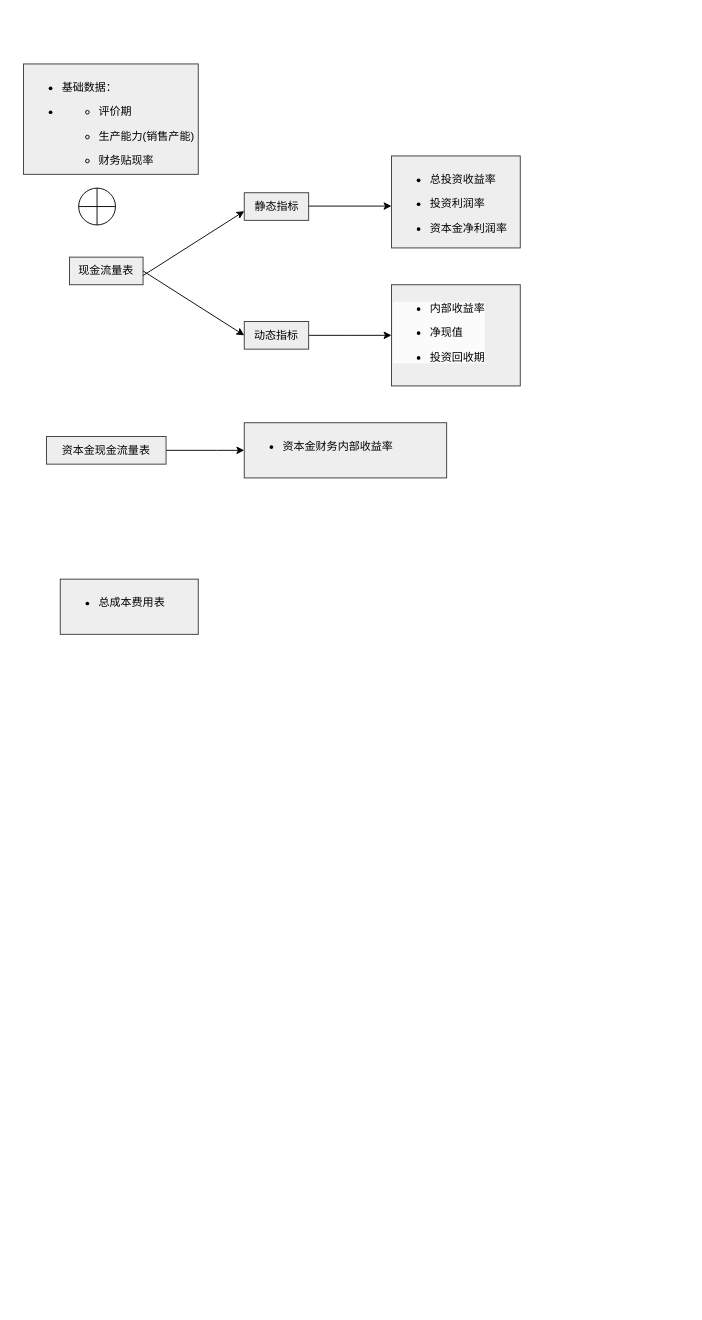
This is page "Page-1" (1 of 2) of Untitled Diagram.drawio from Yatttin/attention-nmt, a draw.io file, before an edit. Source tidied: cells renumbered, new cells numbered last; positions are measured from the earlier drawing's top-left corner, leaving out a move shared by most shapes. Both pictures are drawn from the tidied source at 92%, with x=0, y=0 at pixel (23, 63).
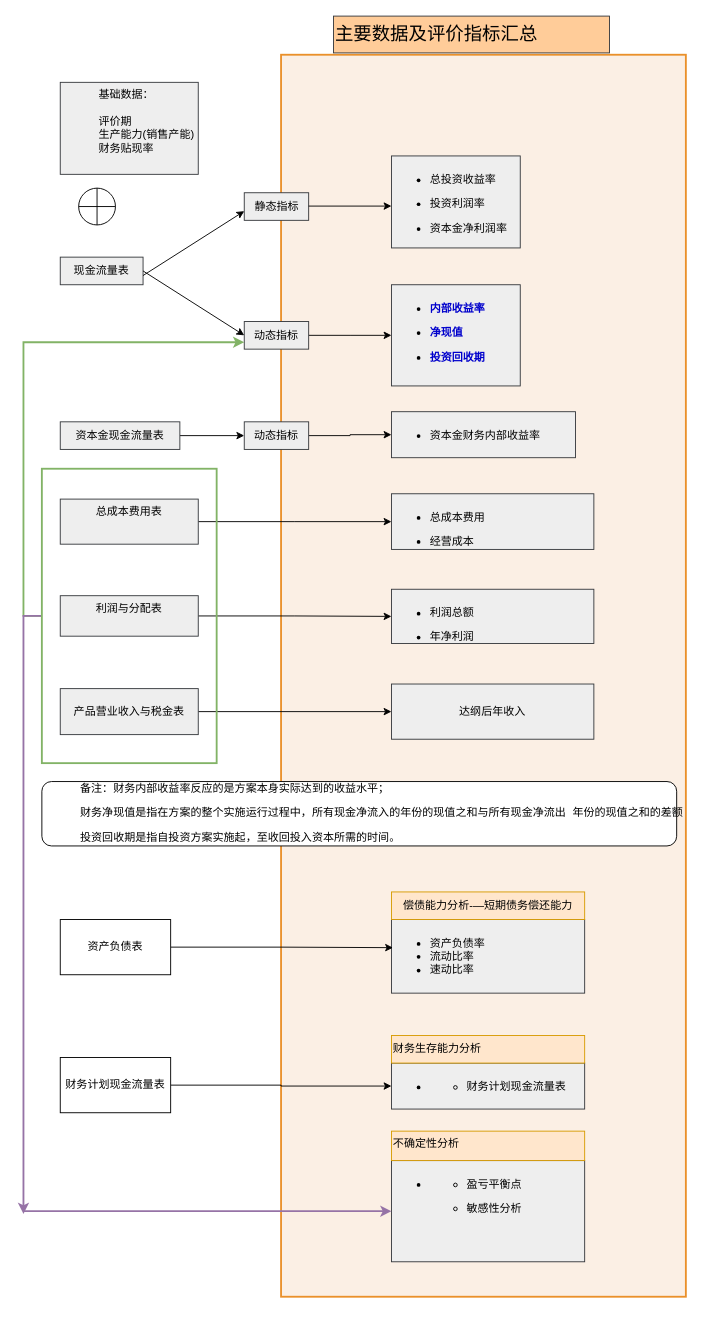
The same diagram, later.

Unchanged cells that the change refers to:
```xml
<mxCell id="10" value="动态指标" style="whiteSpace=wrap;html=1;fillColor=#eeeeee;strokeColor=#36393d;" parent="1" vertex="1">
  <mxGeometry x="240" y="280" width="70" height="30" as="geometry" />
</mxCell>
```

What changed in the source:
```diff
@@
+    <mxCell id="17" style="whiteSpace=wrap;html=1;fillColor=#fbefe4;strokeColor=#ea902a;strokeWidth=2;gradientColor=none;" parent="1" vertex="1">
+      <mxGeometry x="280" y="-10" width="440" height="1350" as="geometry" />
+    </mxCell>
-    <mxCell id="2" value="&lt;ul&gt;&lt;li&gt;&lt;p&gt;基础数据：&lt;/p&gt;&lt;/li&gt;&lt;li&gt;&lt;ul style=&quot;border-color: var(--border-color);&quot;&gt;&lt;li style=&quot;border-color: var(--border-color);&quot;&gt;&lt;p style=&quot;border-color: var(--border-color);&quot;&gt;评价期&lt;/p&gt;&lt;/li&gt;&lt;li style=&quot;border-color: var(--border-color);&quot;&gt;&lt;p style=&quot;border-color: var(--border-color);&quot;&gt;生产能力(销售产能)&lt;/p&gt;&lt;/li&gt;&lt;li style=&quot;border-color: var(--border-color);&quot;&gt;&lt;p style=&quot;border-color: var(--border-color);&quot;&gt;财务贴现率&lt;/p&gt;&lt;/li&gt;&lt;/ul&gt;&lt;/li&gt;&lt;/ul&gt;" style="text;whiteSpace=wrap;html=1;fillColor=#eeeeee;strokeColor=#36393d;" parent="1" vertex="1">
-      <mxGeometry width="190" height="120" as="geometry" />
+    <mxCell id="2" value="&lt;blockquote style=&quot;margin: 0 0 0 40px; border: none; padding: 0px;&quot;&gt;&lt;div style=&quot;&quot;&gt;&lt;span style=&quot;background-color: initial;&quot;&gt;基础数据：&lt;/span&gt;&lt;/div&gt;&lt;div style=&quot;&quot;&gt;&lt;span style=&quot;background-color: initial;&quot;&gt;&lt;br&gt;&lt;/span&gt;&lt;/div&gt;&lt;div style=&quot;&quot;&gt;&lt;span style=&quot;background-color: initial;&quot;&gt;评价期&lt;/span&gt;&lt;/div&gt;&lt;div style=&quot;&quot;&gt;&lt;span style=&quot;background-color: initial;&quot;&gt;生产能力(销售产能)&lt;/span&gt;&lt;/div&gt;&lt;div style=&quot;&quot;&gt;&lt;span style=&quot;background-color: initial;&quot;&gt;财务贴现率&lt;/span&gt;&lt;/div&gt;&lt;/blockquote&gt;" style="text;whiteSpace=wrap;html=1;fillColor=#eeeeee;strokeColor=#36393d;" parent="1" vertex="1">
+      <mxGeometry x="40" y="20" width="150" height="100" as="geometry" />
     </mxCell>
     <mxCell id="3" value="现金流量表" style="text;strokeColor=#36393d;align=center;fillColor=#eeeeee;html=1;verticalAlign=middle;whiteSpace=wrap;rounded=0;" parent="1" vertex="1">
-      <mxGeometry x="50" y="210" width="80" height="30" as="geometry" />
+      <mxGeometry x="40" y="210" width="90" height="30" as="geometry" />
     </mxCell>
-    <mxCell id="4" style="edgeStyle=orthogonalEdgeStyle;rounded=0;jettySize=auto;html=1;exitX=1;exitY=0.5;exitDx=0;exitDy=0;entryX=0;entryY=0.5;entryDx=0;entryDy=0;" parent="1" edge="1" source="5" target="6">
-      <mxGeometry relative="1" as="geometry">
-        <Array as="points">
-          <mxPoint x="210" y="420" />
-          <mxPoint x="210" y="420" />
-        </Array>
-      </mxGeometry>
-    </mxCell>
+    <mxCell id="18" style="edgeStyle=orthogonalEdgeStyle;rounded=0;jettySize=auto;html=1;" parent="1" edge="1" source="5" target="33">
+      <mxGeometry relative="1" as="geometry" />
+    </mxCell>
     <mxCell id="5" value="资本金现金流量表" style="text;strokeColor=#36393d;align=center;fillColor=#eeeeee;html=1;verticalAlign=middle;whiteSpace=wrap;rounded=0;" parent="1" vertex="1">
-      <mxGeometry x="25" y="405" width="130" height="30" as="geometry" />
+      <mxGeometry x="40" y="389" width="130" height="30" as="geometry" />
     </mxCell>
     <mxCell id="6" value="&lt;div&gt;&lt;ul&gt;&lt;li&gt;&lt;p&gt;资本金财务内部收益率&lt;/p&gt;&lt;/li&gt;&lt;/ul&gt;&lt;/div&gt;" style="text;whiteSpace=wrap;html=1;fillColor=#eeeeee;strokeColor=#36393d;" parent="1" vertex="1">
-      <mxGeometry x="240" y="390" width="220" height="60" as="geometry" />
+      <mxGeometry x="400" y="378" width="200" height="50" as="geometry" />
     </mxCell>
@@
-    <mxCell id="8" value="&lt;ul style=&quot;border-color: var(--border-color); color: rgb(0, 0, 0); font-family: Helvetica; font-size: 12px; font-style: normal; font-variant-ligatures: normal; font-variant-caps: normal; font-weight: 400; letter-spacing: normal; orphans: 2; text-align: left; text-indent: 0px; text-transform: none; widows: 2; word-spacing: 0px; -webkit-text-stroke-width: 0px; background-color: rgb(251, 251, 251); text-decoration-thickness: initial; text-decoration-style: initial; text-decoration-color: initial;&quot;&gt;&lt;li style=&quot;border-color: var(--border-color);&quot;&gt;&lt;p style=&quot;border-color: var(--border-color);&quot;&gt;内部收益率&lt;/p&gt;&lt;/li&gt;&lt;li style=&quot;border-color: var(--border-color);&quot;&gt;&lt;p style=&quot;border-color: var(--border-color);&quot;&gt;净现值&lt;/p&gt;&lt;/li&gt;&lt;li style=&quot;border-color: var(--border-color);&quot;&gt;&lt;p style=&quot;border-color: var(--border-color);&quot;&gt;投资回收期&lt;/p&gt;&lt;/li&gt;&lt;/ul&gt;" style="text;whiteSpace=wrap;html=1;fillColor=#eeeeee;strokeColor=#36393d;" parent="1" vertex="1">
+    <mxCell id="8" value="&lt;ul style=&quot;border-color: var(--border-color); font-family: Helvetica; font-size: 12px; font-style: normal; font-variant-ligatures: normal; font-variant-caps: normal; letter-spacing: normal; orphans: 2; text-align: left; text-indent: 0px; text-transform: none; widows: 2; word-spacing: 0px; -webkit-text-stroke-width: 0px; text-decoration-thickness: initial; text-decoration-style: initial; text-decoration-color: initial;&quot;&gt;&lt;li style=&quot;border-color: var(--border-color);&quot;&gt;&lt;p style=&quot;border-color: var(--border-color);&quot;&gt;&lt;font color=&quot;#0000cc&quot;&gt;&lt;b&gt;内部收益率&lt;/b&gt;&lt;/font&gt;&lt;/p&gt;&lt;/li&gt;&lt;li style=&quot;border-color: var(--border-color);&quot;&gt;&lt;p style=&quot;border-color: var(--border-color);&quot;&gt;&lt;font color=&quot;#0000cc&quot;&gt;&lt;b&gt;净现值&lt;/b&gt;&lt;/font&gt;&lt;/p&gt;&lt;/li&gt;&lt;li style=&quot;border-color: var(--border-color);&quot;&gt;&lt;p style=&quot;border-color: var(--border-color);&quot;&gt;&lt;font color=&quot;#0000cc&quot;&gt;&lt;b&gt;投资回收期&lt;/b&gt;&lt;/font&gt;&lt;/p&gt;&lt;/li&gt;&lt;/ul&gt;" style="text;whiteSpace=wrap;html=1;fillColor=#eeeeee;strokeColor=#36393d;" parent="1" vertex="1">
       <mxGeometry x="400" y="240" width="140" height="110" as="geometry" />
     </mxCell>
@@
+    <mxCell id="19" style="edgeStyle=orthogonalEdgeStyle;rounded=0;jettySize=auto;html=1;" parent="1" edge="1" source="16" target="20">
+      <mxGeometry relative="1" as="geometry" />
+    </mxCell>
-    <mxCell id="16" value="&lt;div&gt;&lt;ul&gt;&lt;li&gt;&lt;p&gt;总成本费用表&lt;/p&gt;&lt;/li&gt;&lt;/ul&gt;&lt;/div&gt;" style="text;whiteSpace=wrap;html=1;fillColor=#eeeeee;strokeColor=#36393d;" parent="1" vertex="1">
-      <mxGeometry x="40" y="560" width="150" height="60" as="geometry" />
+    <mxCell id="16" value="&lt;div style=&quot;&quot;&gt;&lt;span style=&quot;background-color: initial;&quot;&gt;总成本费用表&lt;/span&gt;&lt;br&gt;&lt;/div&gt;" style="text;whiteSpace=wrap;html=1;fillColor=#eeeeee;strokeColor=#36393d;align=center;" parent="1" vertex="1">
+      <mxGeometry x="40" y="473" width="150" height="49" as="geometry" />
     </mxCell>
+    <mxCell id="20" value="&lt;ul&gt;&lt;li&gt;&lt;p&gt;总成本费用&lt;/p&gt;&lt;/li&gt;&lt;li&gt;&lt;p&gt;经营成本&lt;/p&gt;&lt;/li&gt;&lt;/ul&gt;" style="text;whiteSpace=wrap;html=1;fillColor=#eeeeee;strokeColor=#36393d;" parent="1" vertex="1">
+      <mxGeometry x="400" y="467.2" width="220" height="60.5" as="geometry" />
+    </mxCell>
+    <mxCell id="21" style="edgeStyle=orthogonalEdgeStyle;rounded=0;jettySize=auto;html=1;" parent="1" edge="1" source="22" target="23">
+      <mxGeometry relative="1" as="geometry" />
+    </mxCell>
+    <mxCell id="22" value="&lt;div style=&quot;&quot;&gt;&lt;span style=&quot;background-color: initial;&quot;&gt;利润与分配表&lt;/span&gt;&lt;/div&gt;" style="text;whiteSpace=wrap;html=1;fillColor=#eeeeee;strokeColor=#36393d;align=center;" parent="1" vertex="1">
+      <mxGeometry x="40" y="578" width="150" height="44" as="geometry" />
+    </mxCell>
+    <mxCell id="23" value="&lt;ul&gt;&lt;li&gt;&lt;p&gt;利润总额&lt;/p&gt;&lt;/li&gt;&lt;li&gt;&lt;p&gt;年净利润&lt;/p&gt;&lt;/li&gt;&lt;/ul&gt;" style="text;whiteSpace=wrap;html=1;fillColor=#eeeeee;strokeColor=#36393d;" parent="1" vertex="1">
+      <mxGeometry x="400" y="571" width="220" height="59" as="geometry" />
+    </mxCell>
+    <mxCell id="24" style="edgeStyle=orthogonalEdgeStyle;rounded=0;jettySize=auto;html=1;" parent="1" edge="1" source="25" target="26">
+      <mxGeometry relative="1" as="geometry" />
+    </mxCell>
+    <mxCell id="25" value="产品营业收入与税金表" style="whiteSpace=wrap;html=1;fillColor=#eeeeee;strokeColor=#36393d;" parent="1" vertex="1">
+      <mxGeometry x="40" y="679" width="150" height="50" as="geometry" />
+    </mxCell>
+    <mxCell id="26" value="达纲后年收入" style="whiteSpace=wrap;html=1;fillColor=#eeeeee;strokeColor=#36393d;" parent="1" vertex="1">
+      <mxGeometry x="400" y="674" width="220" height="60" as="geometry" />
+    </mxCell>
+    <mxCell id="27" value="&lt;ul&gt;&lt;li&gt;&lt;span style=&quot;background-color: initial;&quot;&gt;资产负债率&lt;/span&gt;&lt;/li&gt;&lt;li&gt;&lt;span style=&quot;background-color: initial;&quot;&gt;流动比率&lt;/span&gt;&lt;/li&gt;&lt;li&gt;&lt;span style=&quot;background-color: initial;&quot;&gt;速动比率&lt;/span&gt;&lt;/li&gt;&lt;/ul&gt;" style="text;whiteSpace=wrap;html=1;fillColor=#eeeeee;strokeColor=#36393d;" parent="1" vertex="1">
+      <mxGeometry x="400" y="930" width="210" height="80" as="geometry" />
+    </mxCell>
+    <mxCell id="28" value="&lt;ul&gt;&lt;li&gt;&lt;ul&gt;&lt;li&gt;&lt;p&gt;财务计划现金流量表&lt;/p&gt;&lt;/li&gt;&lt;/ul&gt;&lt;/li&gt;&lt;/ul&gt;" style="text;whiteSpace=wrap;html=1;fillColor=#eeeeee;strokeColor=#36393d;" parent="1" vertex="1">
+      <mxGeometry x="400" y="1086" width="210" height="50" as="geometry" />
+    </mxCell>
+    <mxCell id="29" value="&lt;div&gt;&lt;ul&gt;&lt;li&gt;&lt;ul&gt;&lt;li&gt;&lt;p&gt;盈亏平衡点&lt;/p&gt;&lt;/li&gt;&lt;li&gt;&lt;p&gt;敏感性分析&lt;/p&gt;&lt;/li&gt;&lt;/ul&gt;&lt;/li&gt;&lt;/ul&gt;&lt;/div&gt;" style="text;whiteSpace=wrap;html=1;fillColor=#eeeeee;strokeColor=#36393d;align=left;" parent="1" vertex="1">
+      <mxGeometry x="400" y="1192" width="210" height="110" as="geometry" />
+    </mxCell>
+    <mxCell id="30" value="主要数据及评价指标汇总" style="text;whiteSpace=wrap;fillColor=#ffcc99;strokeColor=#36393d;fontSize=20;" parent="1" vertex="1">
+      <mxGeometry x="337" y="-52" width="300" height="40" as="geometry" />
+    </mxCell>
+    <mxCell id="31" style="edgeStyle=orthogonalEdgeStyle;rounded=0;orthogonalLoop=1;jettySize=auto;html=1;exitX=0.5;exitY=1;exitDx=0;exitDy=0;" parent="1" edge="1" source="17" target="17">
+      <mxGeometry relative="1" as="geometry" />
+    </mxCell>
+    <mxCell id="32" style="edgeStyle=orthogonalEdgeStyle;rounded=0;jettySize=auto;html=1;" parent="1" edge="1" source="33" target="6">
+      <mxGeometry relative="1" as="geometry" />
+    </mxCell>
+    <mxCell id="33" value="动态指标" style="whiteSpace=wrap;html=1;fillColor=#eeeeee;strokeColor=#36393d;" parent="1" vertex="1">
+      <mxGeometry x="240" y="389" width="70" height="30" as="geometry" />
+    </mxCell>
+    <mxCell id="34" style="edgeStyle=orthogonalEdgeStyle;rounded=0;jettySize=auto;html=1;exitX=0;exitY=0.5;exitDx=0;exitDy=0;entryX=0;entryY=0.75;entryDx=0;entryDy=0;strokeColor=#82B366;strokeWidth=2;" parent="1" edge="1" source="36" target="10">
+      <mxGeometry relative="1" as="geometry" />
+    </mxCell>
+    <mxCell id="35" style="edgeStyle=orthogonalEdgeStyle;rounded=0;jettySize=auto;html=1;strokeColor=#9673a6;fillColor=#e1d5e7;strokeWidth=2;" parent="1" edge="1" source="36">
+      <mxGeometry relative="1" as="geometry">
+        <mxPoint y="1250" as="targetPoint" />
+      </mxGeometry>
+    </mxCell>
+    <mxCell id="36" style="whiteSpace=wrap;html=1;fillColor=none;strokeColor=#82b366;strokeWidth=2;" parent="1" vertex="1">
+      <mxGeometry x="20" y="440" width="190" height="320" as="geometry" />
+    </mxCell>
+    <mxCell id="37" value="&lt;blockquote style=&quot;margin: 0 0 0 40px; border: none; padding: 0px;&quot;&gt;&lt;/blockquote&gt;&lt;blockquote style=&quot;margin: 0 0 0 40px; border: none; padding: 0px;&quot;&gt;&lt;span style=&quot;background-color: initial;&quot;&gt;&lt;pre style=&quot;&quot;&gt;&lt;span style=&quot;background-color: initial;&quot;&gt;备注：财务内部收益率反应的是方案本身实际达到的收益水平；&lt;/span&gt;&lt;/pre&gt;&lt;/span&gt;&lt;span style=&quot;background-color: initial;&quot;&gt;&lt;pre style=&quot;&quot;&gt;&lt;span style=&quot;background-color: initial;&quot;&gt;财务净现值是指在方案的整个实施运行过程中，所有现金净流入的年份的现值之和与所有现金净流出 年份的现值之和的差额&lt;/span&gt;&lt;/pre&gt;&lt;pre style=&quot;&quot;&gt;&lt;span style=&quot;background-color: initial;&quot;&gt;投资回收期是指自投资方案实施起，至收回投入资本所需的时间。&lt;/span&gt;&lt;/pre&gt;&lt;/span&gt;&lt;/blockquote&gt;" style="rounded=1;whiteSpace=wrap;html=1;align=left;" parent="1" vertex="1">
+      <mxGeometry x="20" y="780" width="690" height="70" as="geometry" />
+    </mxCell>
+    <mxCell id="38" style="edgeStyle=orthogonalEdgeStyle;rounded=0;jettySize=auto;html=1;entryX=0.008;entryY=0.382;entryDx=0;entryDy=0;entryPerimeter=0;" parent="1" edge="1" source="39" target="27">
+      <mxGeometry relative="1" as="geometry" />
+    </mxCell>
+    <mxCell id="39" value="资产负债表" style="whiteSpace=wrap;html=1;" parent="1" vertex="1">
+      <mxGeometry x="40" y="930" width="120" height="60" as="geometry" />
+    </mxCell>
+    <mxCell id="40" value="偿债能力分析-—短期债务偿还能力" style="whiteSpace=wrap;html=1;fillColor=#ffe6cc;strokeColor=#d79b00;" parent="1" vertex="1">
+      <mxGeometry x="400" y="900" width="210" height="30" as="geometry" />
+    </mxCell>
+    <mxCell id="41" value="&lt;span style=&quot;color: rgb(0, 0, 0); font-family: Helvetica; font-size: 12px; font-style: normal; font-variant-ligatures: normal; font-variant-caps: normal; font-weight: 400; letter-spacing: normal; orphans: 2; text-align: left; text-indent: 0px; text-transform: none; widows: 2; word-spacing: 0px; -webkit-text-stroke-width: 0px; text-decoration-thickness: initial; text-decoration-style: initial; text-decoration-color: initial; float: none; display: inline !important;&quot;&gt;财务生存能力分析&lt;/span&gt;" style="text;whiteSpace=wrap;html=1;fillColor=#ffe6cc;strokeColor=#d79b00;" parent="1" vertex="1">
+      <mxGeometry x="400" y="1056" width="210" height="30" as="geometry" />
+    </mxCell>
+    <mxCell id="42" value="不确定性分析" style="text;whiteSpace=wrap;html=1;fillColor=#ffe6cc;strokeColor=#d79b00;" parent="1" vertex="1">
+      <mxGeometry x="400" y="1160" width="210" height="32" as="geometry" />
+    </mxCell>
+    <mxCell id="43" style="edgeStyle=orthogonalEdgeStyle;rounded=0;jettySize=auto;html=1;exitX=1;exitY=0.5;exitDx=0;exitDy=0;" parent="1" edge="1" source="44" target="28">
+      <mxGeometry relative="1" as="geometry" />
+    </mxCell>
+    <mxCell id="44" value="财务计划现金流量表" style="whiteSpace=wrap;html=1;" parent="1" vertex="1">
+      <mxGeometry x="40" y="1080" width="120" height="60" as="geometry" />
+    </mxCell>
+    <mxCell id="45" style="endArrow=classic;html=1;rounded=0;entryX=0;entryY=0.5;entryDx=0;entryDy=0;fillColor=#e1d5e7;strokeColor=#9673a6;strokeWidth=2;" parent="1" edge="1" target="29">
+      <mxGeometry relative="1" as="geometry">
+        <mxPoint y="1247" as="sourcePoint" />
+      </mxGeometry>
+    </mxCell>
```
